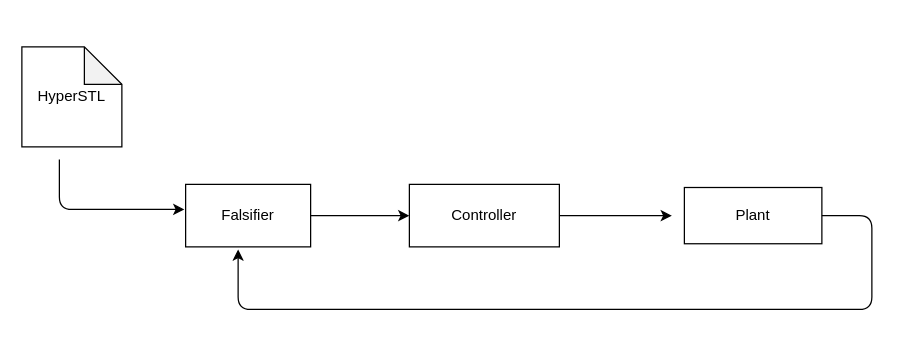
Earlier version of the draw.io diagram proposal.drawio (ciniks117/diagrams). Source tidied: cells renumbered, new cells numbered last; positions are measured from the earlier drawing's top-left corner, leaving out a move shared by most shapes. Both pictures are drawn from the tidied source at 125%, with x=0, y=0 at pixel (21, 46).
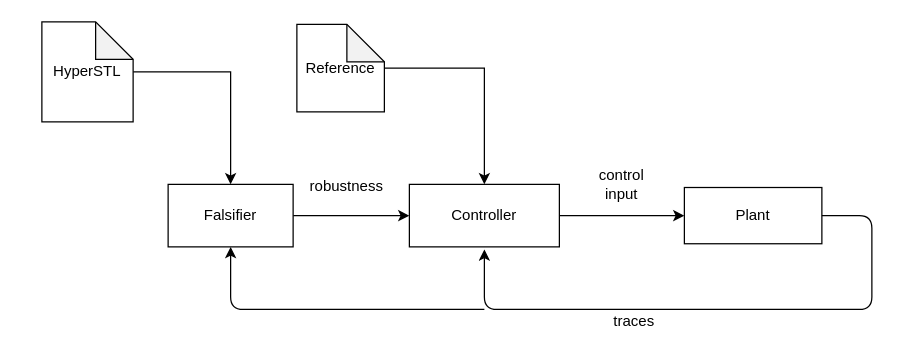
The same page after the edit.

Unchanged cells that the change refers to:
```xml
<mxCell id="5" value="Controller" style="rounded=0;whiteSpace=wrap;html=1;" parent="1" vertex="1">
  <mxGeometry x="310" y="110" width="120" height="50" as="geometry" />
</mxCell>
<mxCell id="6" value="Plant" style="rounded=0;whiteSpace=wrap;html=1;" parent="1" vertex="1">
  <mxGeometry x="530" y="112.5" width="110" height="45" as="geometry" />
</mxCell>
```

The edit, as a diff of the source:
```diff
@@
     <mxCell id="3" value="Falsifier" style="rounded=0;whiteSpace=wrap;html=1;" parent="1" vertex="1">
-      <mxGeometry x="131" y="110" width="100" height="50" as="geometry" />
+      <mxGeometry x="117" y="110" width="100" height="50" as="geometry" />
     </mxCell>
-    <mxCell id="4" style="edgeStyle=orthogonalEdgeStyle;rounded=0;jettySize=auto;html=1;" parent="1" edge="1" source="5">
-      <mxGeometry relative="1" as="geometry">
-        <mxPoint x="520" y="135" as="targetPoint" />
-      </mxGeometry>
+    <mxCell id="4" style="edgeStyle=orthogonalEdgeStyle;rounded=0;jettySize=auto;html=1;entryX=0;entryY=0.5;entryDx=0;entryDy=0;" parent="1" edge="1" source="5" target="6">
+      <mxGeometry relative="1" as="geometry" />
     </mxCell>
@@
+    <mxCell id="10" style="edgeStyle=orthogonalEdgeStyle;rounded=0;jettySize=auto;html=1;" parent="1" edge="1" source="7" target="3">
+      <mxGeometry relative="1" as="geometry" />
+    </mxCell>
     <mxCell id="7" value="HyperSTL" style="shape=note;whiteSpace=wrap;html=1;backgroundOutline=1;darkOpacity=0.05;" parent="1" vertex="1">
-      <mxGeometry width="80" height="80" as="geometry" />
+      <mxGeometry x="16" y="-20" width="73" height="80" as="geometry" />
     </mxCell>
-    <mxCell id="8" style="endArrow=classic;html=1;" parent="1" edge="1">
-      <mxGeometry relative="1" as="geometry">
-        <mxPoint x="30" y="90" as="sourcePoint" />
-        <mxPoint x="130" y="130" as="targetPoint" />
-        <Array as="points">
-          <mxPoint x="30" y="130" />
-        </Array>
-      </mxGeometry>
-    </mxCell>
-    <mxCell id="9" style="endArrow=classic;html=1;exitX=1;exitY=0.5;exitDx=0;exitDy=0;entryX=0.42;entryY=1.04;entryDx=0;entryDy=0;entryPerimeter=0;" parent="1" edge="1" source="6" target="3">
+    <mxCell id="9" style="endArrow=classic;html=1;exitX=1;exitY=0.5;exitDx=0;exitDy=0;" parent="1" edge="1" source="6">
       <mxGeometry relative="1" as="geometry">
+        <mxPoint x="370" y="162" as="targetPoint" />
         <Array as="points">
           <mxPoint x="680" y="135" />
           <mxPoint x="680" y="210" />
           <mxPoint x="460" y="210" />
-          <mxPoint x="173" y="210" />
+          <mxPoint x="370" y="210" />
         </Array>
       </mxGeometry>
     </mxCell>
+    <mxCell id="11" value="control input" style="text;html=1;strokeColor=none;fillColor=none;align=center;verticalAlign=middle;whiteSpace=wrap;rounded=0;" parent="1" vertex="1">
+      <mxGeometry x="460" y="100" width="40" height="20" as="geometry" />
+    </mxCell>
+    <mxCell id="12" value="robustness" style="text;html=1;strokeColor=none;fillColor=none;align=center;verticalAlign=middle;whiteSpace=wrap;rounded=0;" parent="1" vertex="1">
+      <mxGeometry x="240" y="101.5" width="40" height="20" as="geometry" />
+    </mxCell>
+    <mxCell id="13" value="traces" style="text;html=1;strokeColor=none;fillColor=none;align=center;verticalAlign=middle;whiteSpace=wrap;rounded=0;" parent="1" vertex="1">
+      <mxGeometry x="470" y="210" width="40" height="20" as="geometry" />
+    </mxCell>
+    <mxCell id="14" style="endArrow=classic;html=1;entryX=0.5;entryY=1;entryDx=0;entryDy=0;" parent="1" edge="1" target="3">
+      <mxGeometry relative="1" as="geometry">
+        <mxPoint x="370" y="210" as="sourcePoint" />
+        <Array as="points">
+          <mxPoint x="167" y="210" />
+        </Array>
+      </mxGeometry>
+    </mxCell>
+    <mxCell id="15" style="edgeStyle=orthogonalEdgeStyle;rounded=0;jettySize=auto;html=1;entryX=0.5;entryY=0;entryDx=0;entryDy=0;" parent="1" edge="1" source="16" target="5">
+      <mxGeometry relative="1" as="geometry" />
+    </mxCell>
+    <mxCell id="16" value="Reference" style="shape=note;whiteSpace=wrap;html=1;backgroundOutline=1;darkOpacity=0.05;" parent="1" vertex="1">
+      <mxGeometry x="220" y="-18" width="70" height="70" as="geometry" />
+    </mxCell>
```
